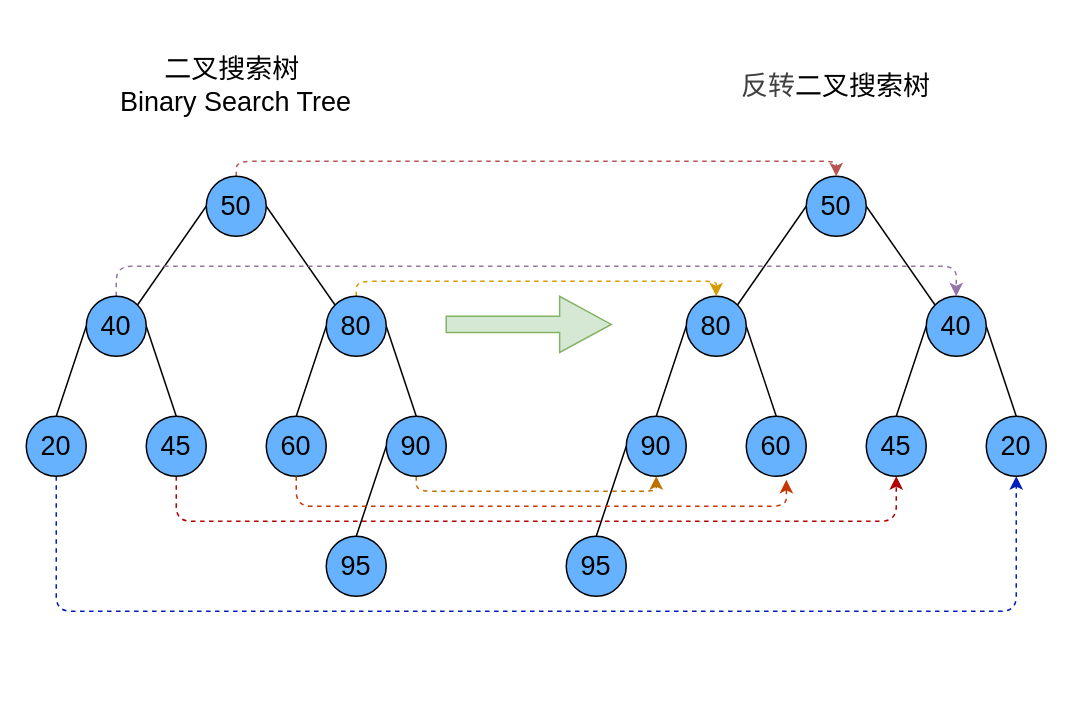
Earlier version of the draw.io diagram files/data_structure/tree/二叉搜索树-反转.drawio (weizhiqimail/draw.io.repo). Source tidied: cells renumbered, new cells numbered last; positions are measured from the earlier drawing's top-left corner, leaving out a move shared by most shapes. Both pictures are drawn from the tidied source at 150%, with x=0, y=0 at pixel (26, 26).
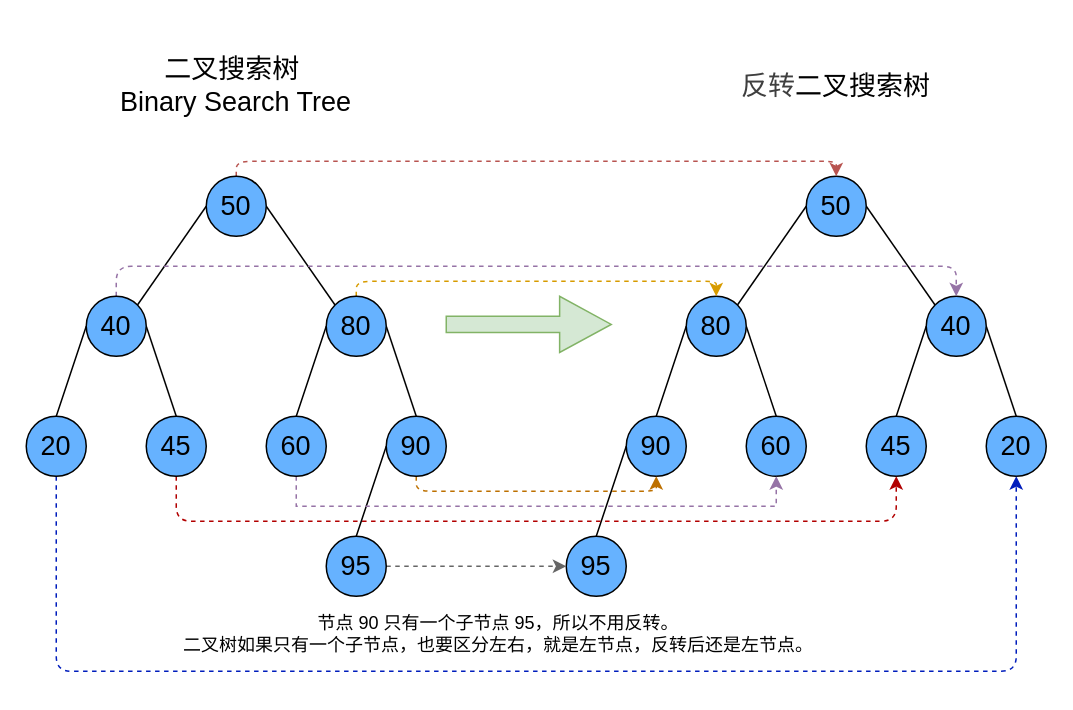
The same page after the edit.

Commit message:
更新二叉搜索树-反转.drawio

Unchanged cells that the change refers to:
```xml
<mxCell id="8" value="&lt;font style=&quot;color: rgb(0, 0, 0); font-size: 18px;&quot;&gt;60&lt;/font&gt;" style="ellipse;whiteSpace=wrap;html=1;fillColor=#66B2FF;" parent="1" vertex="1">
  <mxGeometry x="480" y="260" width="40" height="40" as="geometry" />
</mxCell>
<mxCell id="14" value="&lt;font style=&quot;color: rgb(0, 0, 0); font-size: 18px;&quot;&gt;95&lt;/font&gt;" style="ellipse;whiteSpace=wrap;html=1;fillColor=#66B2FF;" parent="1" vertex="1">
  <mxGeometry x="360" y="340" width="40" height="40" as="geometry" />
</mxCell>
<mxCell id="15" value="&lt;font style=&quot;color: rgb(0, 0, 0); font-size: 18px;&quot;&gt;20&lt;/font&gt;" style="ellipse;whiteSpace=wrap;html=1;fillColor=#66B2FF;" parent="1" vertex="1">
  <mxGeometry x="640" y="260" width="40" height="40" as="geometry" />
</mxCell>
<mxCell id="29" value="&lt;font style=&quot;color: rgb(0, 0, 0); font-size: 18px;&quot;&gt;20&lt;/font&gt;" style="ellipse;whiteSpace=wrap;html=1;fillColor=#66B2FF;" parent="1" vertex="1">
  <mxGeometry y="260" width="40" height="40" as="geometry" />
</mxCell>
<mxCell id="34" value="&lt;font style=&quot;color: rgb(0, 0, 0); font-size: 18px;&quot;&gt;95&lt;/font&gt;" style="ellipse;whiteSpace=wrap;html=1;fillColor=#66B2FF;" parent="1" vertex="1">
  <mxGeometry x="200" y="340" width="40" height="40" as="geometry" />
</mxCell>
<mxCell id="38" value="&lt;font style=&quot;color: rgb(0, 0, 0); font-size: 18px;&quot;&gt;60&lt;/font&gt;" style="ellipse;whiteSpace=wrap;html=1;fillColor=#66B2FF;" parent="1" vertex="1">
  <mxGeometry x="160" y="260" width="40" height="40" as="geometry" />
</mxCell>
```

Diff of the diagram source:
```diff
@@
     <mxCell id="28" style="edgeStyle=elbowEdgeStyle;html=1;exitX=0.5;exitY=1;exitDx=0;exitDy=0;entryX=0.5;entryY=1;entryDx=0;entryDy=0;fillColor=#0050ef;strokeColor=#001DBC;dashed=1;" parent="1" edge="1" source="29" target="15">
       <mxGeometry relative="1" as="geometry">
         <Array as="points">
-          <mxPoint x="340" y="390" />
+          <mxPoint x="340" y="430" />
         </Array>
       </mxGeometry>
     </mxCell>
@@
+    <mxCell id="42" style="edgeStyle=orthogonalEdgeStyle;rounded=0;jettySize=auto;html=1;exitX=1;exitY=0.5;exitDx=0;exitDy=0;entryX=0;entryY=0.5;entryDx=0;entryDy=0;dashed=1;fillColor=#f5f5f5;strokeColor=#666666;" parent="1" edge="1" source="34" target="14">
+      <mxGeometry relative="1" as="geometry" />
+    </mxCell>
@@
+    <mxCell id="41" style="edgeStyle=elbowEdgeStyle;rounded=0;jettySize=auto;html=1;exitX=0.5;exitY=1;exitDx=0;exitDy=0;entryX=0.5;entryY=1;entryDx=0;entryDy=0;dashed=1;fillColor=#e1d5e7;strokeColor=#9673a6;" parent="1" edge="1" source="38" target="8">
+      <mxGeometry relative="1" as="geometry">
+        <Array as="points">
+          <mxPoint x="340" y="320" />
+        </Array>
+      </mxGeometry>
+    </mxCell>
@@
-    <mxCell id="41" style="edgeStyle=elbowEdgeStyle;html=1;exitX=0.5;exitY=1;exitDx=0;exitDy=0;entryX=0.669;entryY=1.06;entryDx=0;entryDy=0;entryPerimeter=0;dashed=1;fillColor=#fa6800;strokeColor=#C73500;" parent="1" edge="1" source="38" target="8">
-      <mxGeometry relative="1" as="geometry">
-        <Array as="points">
-          <mxPoint x="340" y="320" />
-        </Array>
-      </mxGeometry>
-    </mxCell>
+    <mxCell id="43" value="节点 90 只有一个子节点 95，所以不用反转。&lt;div&gt;二叉树如果只有一个子节点，也要区分左右，就是左节点，反转后还是左节点。&lt;/div&gt;" style="text;html=1;align=center;verticalAlign=middle;whiteSpace=wrap;rounded=0;" parent="1" vertex="1">
+      <mxGeometry x="90" y="390" width="450" height="30" as="geometry" />
+    </mxCell>
```
